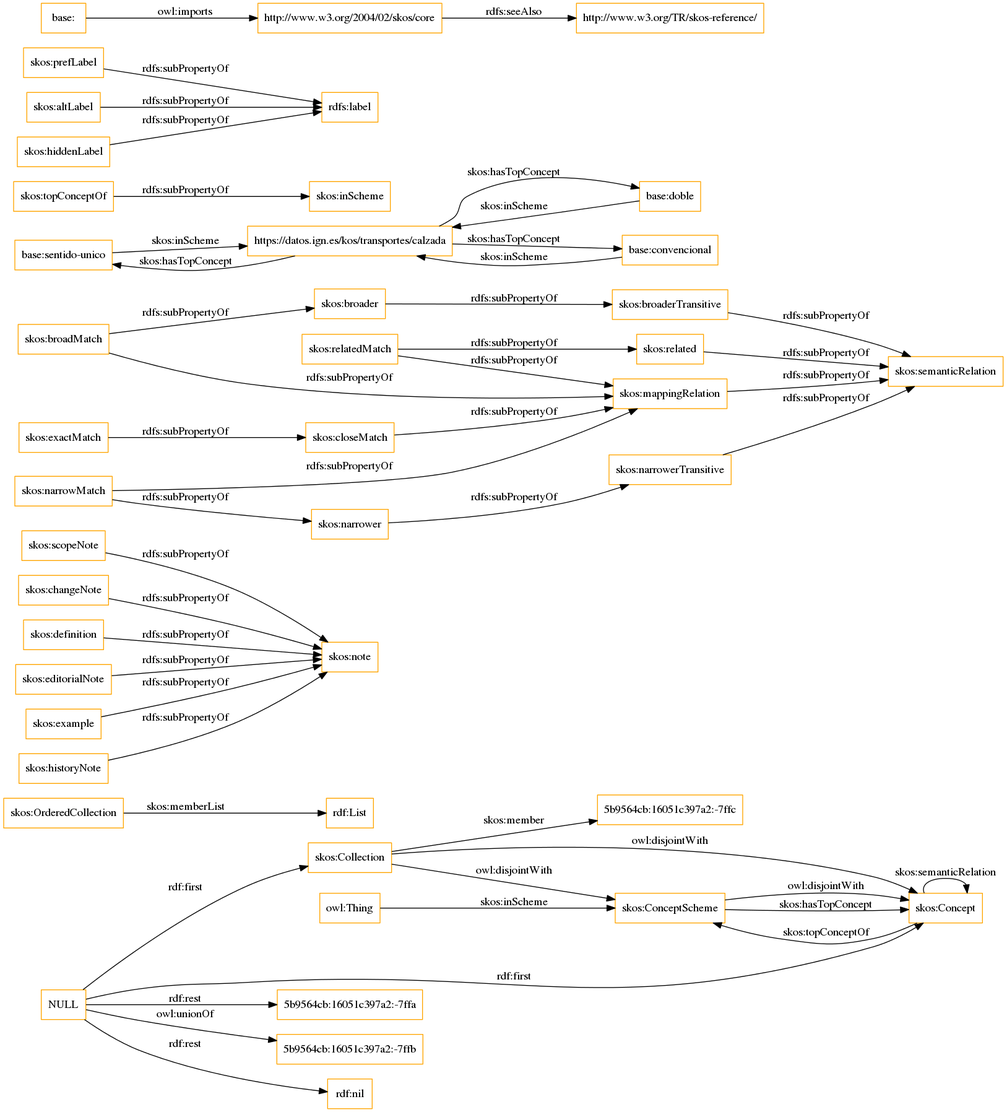
Above: OnToology/thesaurus/calzada.owl/diagrams/ar2dtool-class/calzada.owl.png in oeg-upm/ontology-BTN100 (Graphviz), before the change. Its source is kept beside it as OnToology/thesaurus/calzada.owl/diagrams/ar2dtool-class/calzada.owl.png.dot.
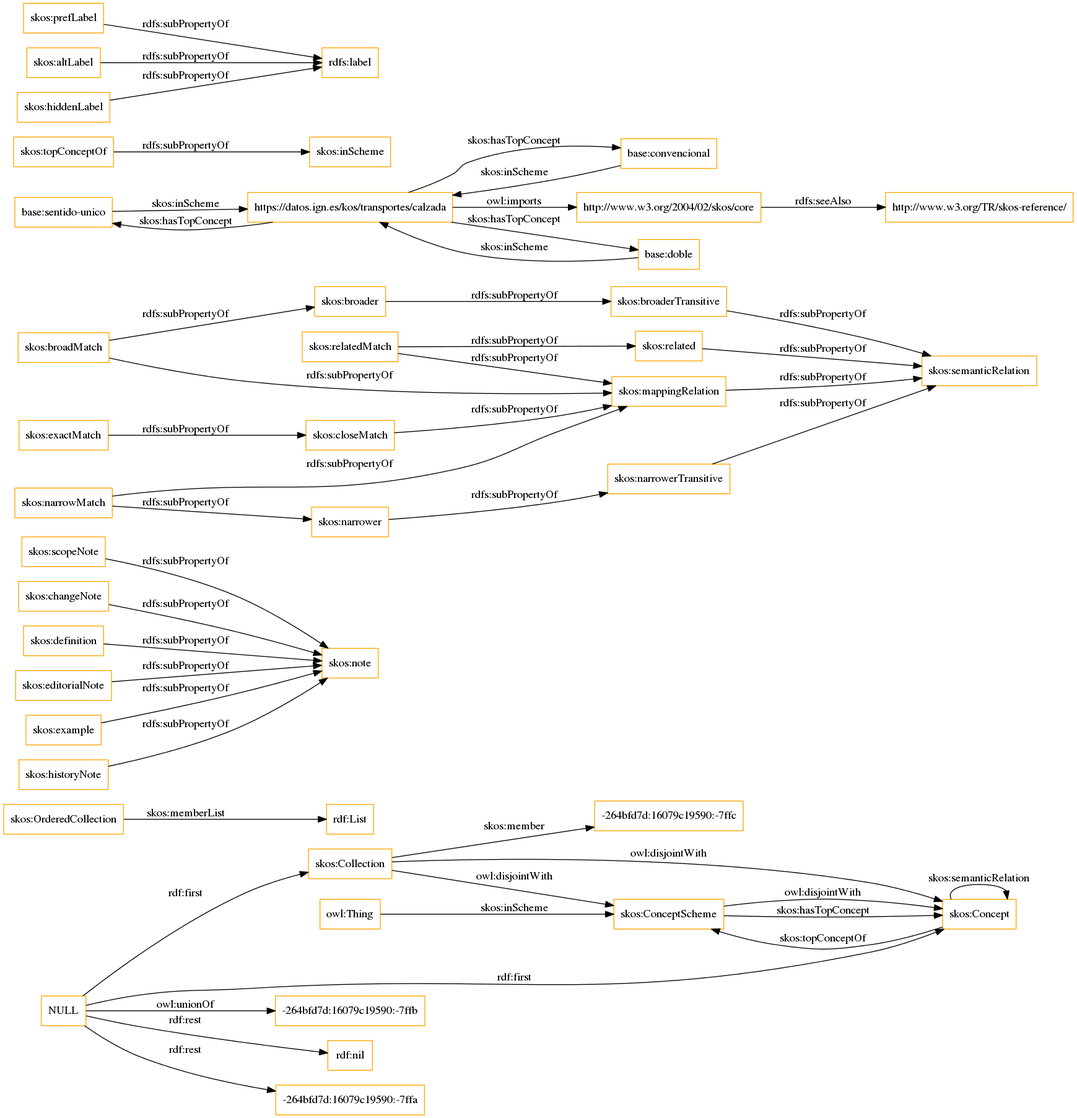
Later version of the same file.

The edit, as a diff of the source:
```diff
@@ -1,12 +1,12 @@
 digraph ar2dtool_diagram {
 rankdir=LR;
 size="1501"
-node [shape = rectangle, color="orange"]; "5b9564cb:16051c397a2:-7ffc" "skos:OrderedCollection" "skos:Collection" "skos:ConceptScheme" "skos:Concept" ; /*classes style*/
-	"NULL" -> "5b9564cb:16051c397a2:-7ffa" [ label = "rdf:rest" ];
-	"NULL" -> "skos:Concept" [ label = "rdf:first" ];
-	"NULL" -> "5b9564cb:16051c397a2:-7ffb" [ label = "owl:unionOf" ];
+node [shape = rectangle, color="orange"]; "-264bfd7d:16079c19590:-7ffc" "skos:OrderedCollection" "skos:Collection" "skos:ConceptScheme" "skos:Concept" ; /*classes style*/
+	"NULL" -> "-264bfd7d:16079c19590:-7ffb" [ label = "owl:unionOf" ];
 	"NULL" -> "rdf:nil" [ label = "rdf:rest" ];
 	"NULL" -> "skos:Collection" [ label = "rdf:first" ];
+	"NULL" -> "-264bfd7d:16079c19590:-7ffa" [ label = "rdf:rest" ];
+	"NULL" -> "skos:Concept" [ label = "rdf:first" ];
 	"skos:scopeNote" -> "skos:note" [ label = "rdfs:subPropertyOf" ];
 	"skos:closeMatch" -> "skos:mappingRelation" [ label = "rdfs:subPropertyOf" ];
 	"base:sentido-unico" -> "https://datos.ign.es/kos/transportes/calzada" [ label = "skos:inScheme" ];
@@ -21,9 +21,10 @@
 	"skos:definition" -> "skos:note" [ label = "rdfs:subPropertyOf" ];
 	"skos:editorialNote" -> "skos:note" [ label = "rdfs:subPropertyOf" ];
 	"skos:example" -> "skos:note" [ label = "rdfs:subPropertyOf" ];
+	"https://datos.ign.es/kos/transportes/calzada" -> "base:convencional" [ label = "skos:hasTopConcept" ];
 	"https://datos.ign.es/kos/transportes/calzada" -> "base:sentido-unico" [ label = "skos:hasTopConcept" ];
+	"https://datos.ign.es/kos/transportes/calzada" -> "http://www.w3.org/2004/02/skos/core" [ label = "owl:imports" ];
 	"https://datos.ign.es/kos/transportes/calzada" -> "base:doble" [ label = "skos:hasTopConcept" ];
-	"https://datos.ign.es/kos/transportes/calzada" -> "base:convencional" [ label = "skos:hasTopConcept" ];
 	"base:doble" -> "https://datos.ign.es/kos/transportes/calzada" [ label = "skos:inScheme" ];
 	"skos:historyNote" -> "skos:note" [ label = "rdfs:subPropertyOf" ];
 	"skos:exactMatch" -> "skos:closeMatch" [ label = "rdfs:subPropertyOf" ];
@@ -33,7 +34,6 @@
 	"base:convencional" -> "https://datos.ign.es/kos/transportes/calzada" [ label = "skos:inScheme" ];
 	"skos:broader" -> "skos:broaderTransitive" [ label = "rdfs:subPropertyOf" ];
 	"skos:mappingRelation" -> "skos:semanticRelation" [ label = "rdfs:subPropertyOf" ];
-	"base:" -> "http://www.w3.org/2004/02/skos/core" [ label = "owl:imports" ];
 	"skos:hiddenLabel" -> "rdfs:label" [ label = "rdfs:subPropertyOf" ];
 	"http://www.w3.org/2004/02/skos/core" -> "http://www.w3.org/TR/skos-reference/" [ label = "rdfs:seeAlso" ];
 	"skos:Collection" -> "skos:ConceptScheme" [ label = "owl:disjointWith" ];
@@ -45,7 +45,7 @@
 	"skos:OrderedCollection" -> "rdf:List" [ label = "skos:memberList" ];
 	"skos:Concept" -> "skos:ConceptScheme" [ label = "skos:topConceptOf" ];
 	"skos:Concept" -> "skos:Concept" [ label = "skos:semanticRelation" ];
-	"skos:Collection" -> "5b9564cb:16051c397a2:-7ffc" [ label = "skos:member" ];
+	"skos:Collection" -> "-264bfd7d:16079c19590:-7ffc" [ label = "skos:member" ];
 	"skos:ConceptScheme" -> "skos:Concept" [ label = "skos:hasTopConcept" ];
 	"owl:Thing" -> "skos:ConceptScheme" [ label = "skos:inScheme" ];
 
```
